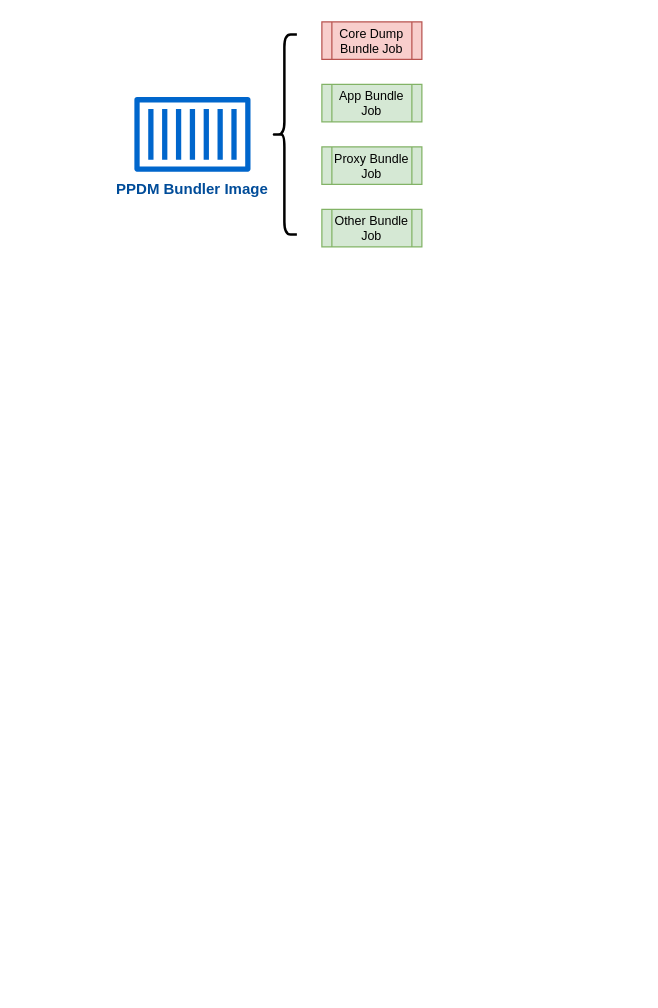
gaivin/drawio keeps this draw.io diagram as page "Bundler" (10 of 12) of st/K8S_Logging.drawio. Above is the earlier version. Source tidied: cells renumbered, new cells numbered last; positions are measured from the earlier drawing's top-left corner, leaving out a move shared by most shapes. Both pictures are drawn from the tidied source at 125%, with x=0, y=0 at pixel (134, 21). Pictures stored in the file or linked from it are replaced by grey dashed boxes.
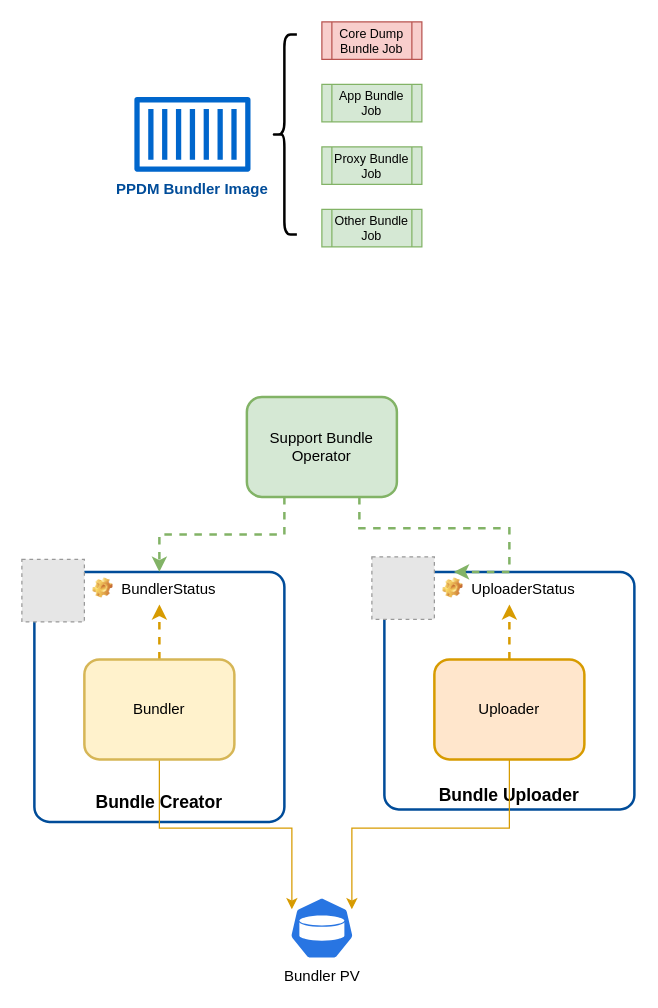
After the change.

What changed in the source:
```diff
@@
+    <mxCell id="8" value="&lt;br style=&quot;font-size: 14px;&quot;&gt;&lt;br style=&quot;font-size: 14px;&quot;&gt;&lt;br style=&quot;font-size: 14px;&quot;&gt;&lt;br style=&quot;font-size: 14px;&quot;&gt;&lt;br style=&quot;font-size: 14px;&quot;&gt;&lt;br style=&quot;font-size: 14px;&quot;&gt;&lt;br style=&quot;font-size: 14px;&quot;&gt;&lt;br style=&quot;font-size: 14px;&quot;&gt;&lt;br style=&quot;font-size: 14px;&quot;&gt;&lt;br style=&quot;font-size: 14px;&quot;&gt;Bundle Uploader" style="rounded=1;whiteSpace=wrap;html=1;fontFamily=Helvetica;fontSize=14;fontColor=default;align=center;strokeColor=#004C99;fillColor=none;strokeWidth=2;fillStyle=solid;arcSize=6;labelPosition=center;verticalLabelPosition=middle;verticalAlign=middle;fontStyle=1;" parent="1" vertex="1">
+      <mxGeometry x="200" y="440" width="200" height="190" as="geometry" />
+    </mxCell>
@@
+    <mxCell id="9" value="&lt;br style=&quot;font-size: 14px;&quot;&gt;&lt;br style=&quot;font-size: 14px;&quot;&gt;&lt;br style=&quot;font-size: 14px;&quot;&gt;&lt;br style=&quot;font-size: 14px;&quot;&gt;&lt;br style=&quot;font-size: 14px;&quot;&gt;&lt;br style=&quot;font-size: 14px;&quot;&gt;&lt;br style=&quot;font-size: 14px;&quot;&gt;&lt;br style=&quot;font-size: 14px;&quot;&gt;&lt;br style=&quot;font-size: 14px;&quot;&gt;&lt;br style=&quot;font-size: 14px;&quot;&gt;Bundle Creator" style="rounded=1;whiteSpace=wrap;html=1;fontFamily=Helvetica;fontSize=14;fontColor=default;align=center;strokeColor=#004C99;fillColor=none;strokeWidth=2;fillStyle=solid;arcSize=6;labelPosition=center;verticalLabelPosition=middle;verticalAlign=middle;fontStyle=1;" parent="1" vertex="1">
+      <mxGeometry x="-80" y="440" width="200" height="200" as="geometry" />
+    </mxCell>
+    <mxCell id="10" style="edgeStyle=orthogonalEdgeStyle;rounded=0;jettySize=auto;html=1;exitX=0.5;exitY=1;exitDx=0;exitDy=0;entryX=0.1;entryY=0.2;entryDx=0;entryDy=0;entryPerimeter=0;fillColor=#ffe6cc;strokeColor=#d79b00;" parent="1" edge="1" source="12" target="16">
+      <mxGeometry relative="1" as="geometry" />
+    </mxCell>
+    <mxCell id="11" style="edgeStyle=orthogonalEdgeStyle;rounded=0;jettySize=auto;html=1;exitX=0.5;exitY=0;exitDx=0;exitDy=0;entryX=0.5;entryY=1;entryDx=0;entryDy=0;dashed=1;strokeWidth=2;fillColor=#ffe6cc;strokeColor=#d79b00;" parent="1" edge="1" source="12" target="18">
+      <mxGeometry relative="1" as="geometry" />
+    </mxCell>
+    <mxCell id="12" value="Bundler" style="rounded=1;whiteSpace=wrap;html=1;fillColor=#fff2cc;strokeColor=#d6b656;strokeWidth=2;" parent="1" vertex="1">
+      <mxGeometry x="-40" y="510" width="120" height="80" as="geometry" />
+    </mxCell>
+    <mxCell id="13" style="edgeStyle=orthogonalEdgeStyle;rounded=0;jettySize=auto;html=1;exitX=0.5;exitY=1;exitDx=0;exitDy=0;entryX=0.9;entryY=0.2;entryDx=0;entryDy=0;entryPerimeter=0;fillColor=#ffe6cc;strokeColor=#d79b00;" parent="1" edge="1" source="15" target="16">
+      <mxGeometry relative="1" as="geometry" />
+    </mxCell>
+    <mxCell id="14" style="edgeStyle=orthogonalEdgeStyle;rounded=0;jettySize=auto;html=1;exitX=0.5;exitY=0;exitDx=0;exitDy=0;entryX=0.5;entryY=1;entryDx=0;entryDy=0;dashed=1;strokeWidth=2;fillColor=#ffe6cc;strokeColor=#d79b00;" parent="1" edge="1" source="15" target="19">
+      <mxGeometry relative="1" as="geometry" />
+    </mxCell>
+    <mxCell id="15" value="Uploader" style="rounded=1;whiteSpace=wrap;html=1;fillColor=#ffe6cc;strokeColor=#d79b00;strokeWidth=2;" parent="1" vertex="1">
+      <mxGeometry x="240" y="510" width="120" height="80" as="geometry" />
+    </mxCell>
+    <mxCell id="16" value="Bundler PV" style="sketch=0;html=1;dashed=0;whitespace=wrap;fillColor=#2875E2;strokeColor=#ffffff;points=[[0.005,0.63,0],[0.1,0.2,0],[0.9,0.2,0],[0.5,0,0],[0.995,0.63,0],[0.72,0.99,0],[0.5,1,0],[0.28,0.99,0]];verticalLabelPosition=bottom;align=center;verticalAlign=top;shape=mxgraph.kubernetes.icon;prIcon=pv;" parent="1" vertex="1">
+      <mxGeometry x="120" y="700" width="60" height="50" as="geometry" />
+    </mxCell>
+    <mxCell id="17" style="fillColor=#E6E6E6;strokeColor=#999999;dashed=1;verticalLabelPosition=bottom;verticalAlign=top;" parent="1" vertex="1">
+      <mxGeometry x="-90" y="430" width="50" height="50" as="geometry" />
+    </mxCell>
+    <mxCell id="18" value="BundlerStatus" style="label;fontStyle=0;strokeColor=none;fillColor=none;align=left;verticalAlign=top;overflow=hidden;spacingLeft=28;spacingRight=4;portConstraint=eastwest;imageWidth=16;imageHeight=16;whiteSpace=wrap;html=1;image=img/clipart/Gear_128x128.png;" parent="1" vertex="1">
+      <mxGeometry x="-40" y="440" width="120" height="26" as="geometry" />
+    </mxCell>
+    <mxCell id="19" value="UploaderStatus" style="label;fontStyle=0;strokeColor=none;fillColor=none;align=left;verticalAlign=top;overflow=hidden;spacingLeft=28;spacingRight=4;portConstraint=eastwest;imageWidth=16;imageHeight=16;whiteSpace=wrap;html=1;image=img/clipart/Gear_128x128.png;" parent="1" vertex="1">
+      <mxGeometry x="240" y="440" width="120" height="26" as="geometry" />
+    </mxCell>
+    <mxCell id="20" style="edgeStyle=orthogonalEdgeStyle;rounded=0;jettySize=auto;html=1;exitX=0.75;exitY=1;exitDx=0;exitDy=0;entryX=0.278;entryY=0;entryDx=0;entryDy=0;fillColor=#d5e8d4;strokeColor=#82b366;strokeWidth=2;dashed=1;entryPerimeter=0;" parent="1" edge="1" source="22" target="8">
+      <mxGeometry relative="1" as="geometry">
+        <Array as="points">
+          <mxPoint x="180" y="405" />
+          <mxPoint x="300" y="405" />
+        </Array>
+      </mxGeometry>
+    </mxCell>
+    <mxCell id="21" style="edgeStyle=orthogonalEdgeStyle;rounded=0;jettySize=auto;html=1;exitX=0.25;exitY=1;exitDx=0;exitDy=0;entryX=0.5;entryY=0;entryDx=0;entryDy=0;fillColor=#d5e8d4;strokeColor=#82b366;strokeWidth=2;dashed=1;" parent="1" edge="1" source="22" target="18">
+      <mxGeometry relative="1" as="geometry" />
+    </mxCell>
+    <mxCell id="22" value="Support Bundle&lt;br&gt;Operator" style="rounded=1;whiteSpace=wrap;html=1;fillColor=#d5e8d4;strokeColor=#82b366;strokeWidth=2;" parent="1" vertex="1">
+      <mxGeometry x="90" y="300" width="120" height="80" as="geometry" />
+    </mxCell>
+    <mxCell id="23" style="fillColor=#E6E6E6;strokeColor=#999999;dashed=1;verticalLabelPosition=bottom;verticalAlign=top;" parent="1" vertex="1">
+      <mxGeometry x="190" y="428" width="50" height="50" as="geometry" />
+    </mxCell>
```
